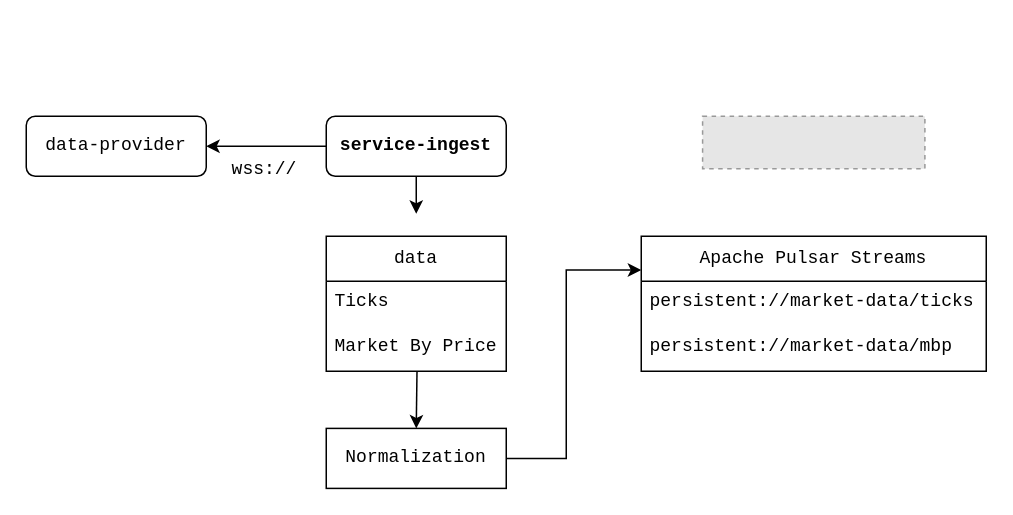
Before: backend/service-docs/docs/assets/service-ingest.drawio in rey-sudo/blacker, a draw.io diagram. Source tidied: cells renumbered, new cells numbered last; positions are measured from the earlier drawing's top-left corner, leaving out a move shared by most shapes. Both pictures are drawn from the tidied source at 150%, with x=0, y=0 at pixel (26, 26). Pictures stored in the file or linked from it are replaced by grey dashed boxes.
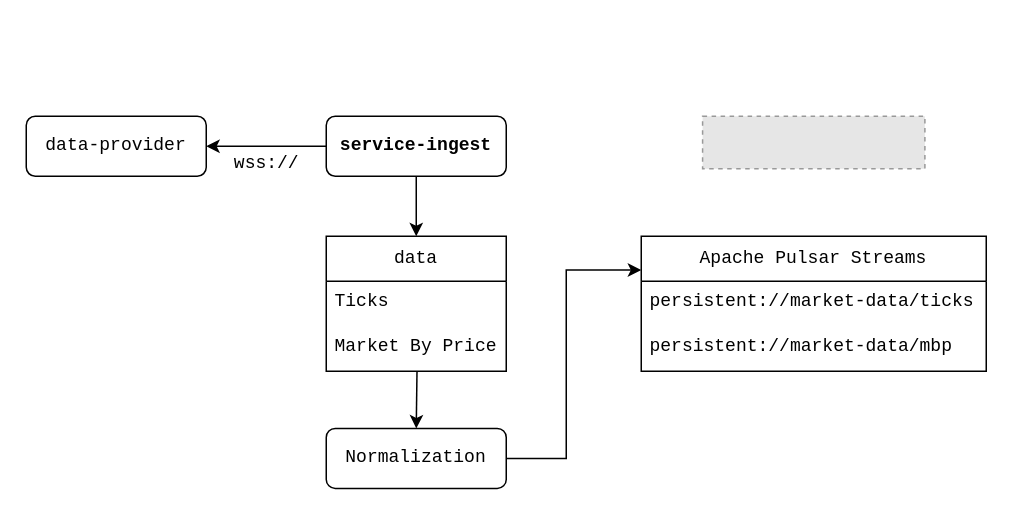
The same diagram, later.

Commit message (it also covers changes not shown here):
update : service-docs service-ingest-truth renamed

Unchanged cells that the change refers to:
```xml
<mxCell id="8" value="data" style="swimlane;fontStyle=0;horizontal=1;startSize=30;whiteSpace=wrap;html=1;fontFamily=Courier New;fontSize=12;verticalAlign=middle;" parent="1" vertex="1">
  <mxGeometry x="200" y="140" width="120" height="90" as="geometry" />
</mxCell>
<mxCell id="11" value="Apache Pulsar Streams" style="swimlane;fontStyle=0;horizontal=1;startSize=30;whiteSpace=wrap;html=1;fontSize=12;fontFamily=Courier New;verticalAlign=middle;" parent="1" vertex="1">
  <mxGeometry x="410" y="140" width="230" height="90" as="geometry" />
</mxCell>
```

Diff of the diagram source:
```diff
@@
-    <mxCell id="5" style="edgeStyle=orthogonalEdgeStyle;rounded=0;jettySize=auto;html=1;exitX=0.5;exitY=1;exitDx=0;exitDy=0;entryX=0.5;entryY=0;entryDx=0;entryDy=0;fontFamily=Courier New;fontSize=12;" parent="1" edge="1" source="6">
-      <mxGeometry relative="1" as="geometry">
-        <mxPoint x="260" y="125" as="targetPoint" />
-      </mxGeometry>
+    <mxCell id="5" style="edgeStyle=orthogonalEdgeStyle;rounded=0;jettySize=auto;html=1;exitX=0.5;exitY=1;exitDx=0;exitDy=0;entryX=0.5;entryY=0;entryDx=0;entryDy=0;fontFamily=Courier New;fontSize=12;" parent="1" edge="1" source="6" target="8">
+      <mxGeometry relative="1" as="geometry" />
     </mxCell>
-    <mxCell id="6" value="&lt;b&gt;service-ingest&lt;/b&gt;" style="rounded=1;whiteSpace=wrap;html=1;fontFamily=Courier New;fontSize=12;" parent="1" vertex="1">
+    <mxCell id="6" value="&lt;b&gt;service-ingest&lt;/b&gt;" style="rounded=1;whiteSpace=wrap;html=1;fontFamily=Courier New;fontSize=12;fillColor=default;" parent="1" vertex="1">
       <mxGeometry x="200" y="60" width="120" height="40" as="geometry" />
     </mxCell>
     <mxCell id="7" value="wss://" style="text;html=1;whiteSpace=wrap;strokeColor=none;fillColor=none;align=center;verticalAlign=middle;rounded=0;fontFamily=Courier New;fontSize=12;" parent="1" vertex="1">
-      <mxGeometry x="129" y="81" width="60" height="30" as="geometry" />
+      <mxGeometry x="138" y="81" width="45" height="21" as="geometry" />
     </mxCell>
@@
-    <mxCell id="15" style="edgeStyle=orthogonalEdgeStyle;rounded=0;jettySize=auto;html=1;exitX=1;exitY=0.5;exitDx=0;exitDy=0;entryX=0;entryY=0.25;entryDx=0;entryDy=0;" parent="1" edge="1" source="16" target="11">
+    <mxCell id="15" style="edgeStyle=orthogonalEdgeStyle;rounded=0;jettySize=auto;html=1;exitX=1;exitY=0.5;exitDx=0;exitDy=0;entryX=0;entryY=0.25;entryDx=0;entryDy=0;fontFamily=Courier New;" parent="1" edge="1" source="16" target="11">
       <mxGeometry relative="1" as="geometry">
         <Array as="points">
           <mxPoint x="360" y="288" />
           <mxPoint x="360" y="162" />
         </Array>
       </mxGeometry>
     </mxCell>
-    <mxCell id="16" value="&lt;font&gt;Normalization&lt;/font&gt;" style="rounded=0;whiteSpace=wrap;html=1;fontFamily=Courier New;" parent="1" vertex="1">
+    <mxCell id="16" value="&lt;font&gt;Normalization&lt;/font&gt;" style="rounded=1;whiteSpace=wrap;html=1;fontFamily=Courier New;" parent="1" vertex="1">
       <mxGeometry x="200" y="268.1" width="120" height="40" as="geometry" />
     </mxCell>
```
